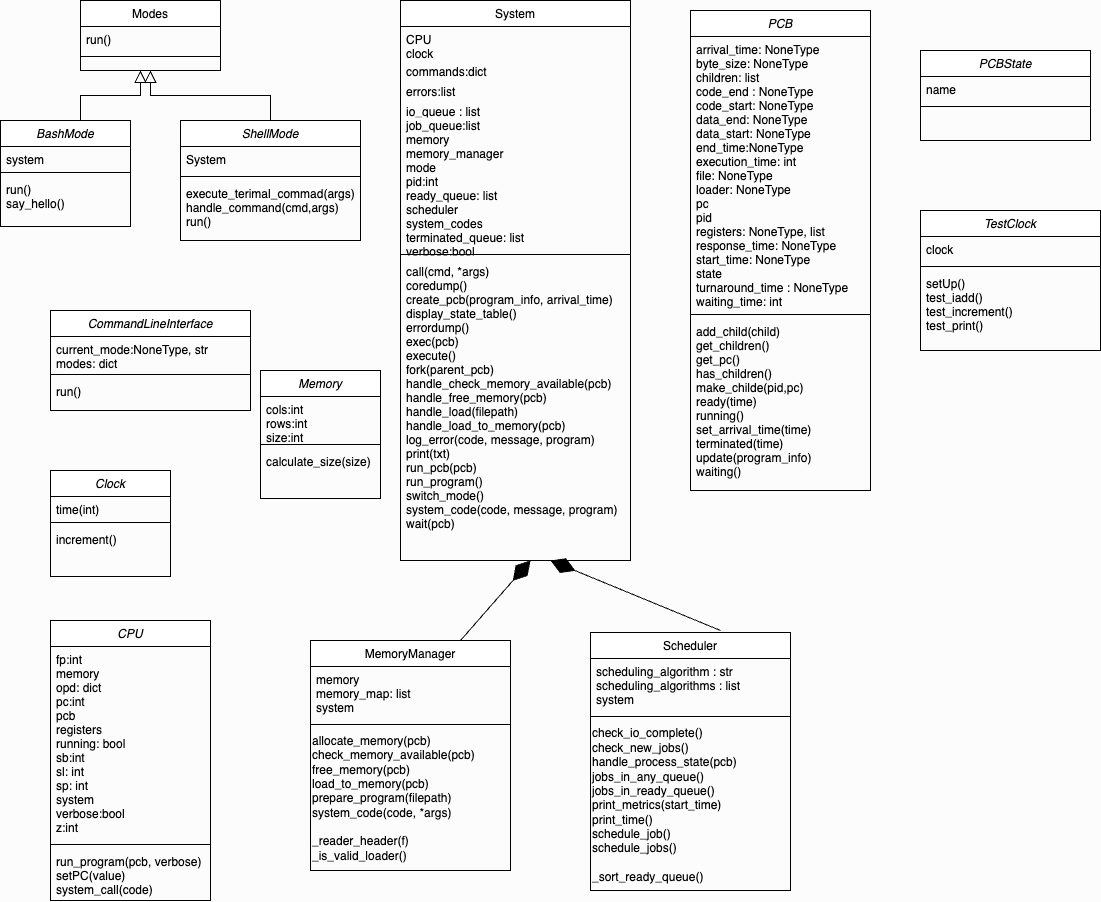
Luly7/new-repo keeps this draw.io diagram as directions/M3_class_diagram.drawio.png. Above is the earlier version. Source tidied: cells renumbered, new cells last; positions are measured from the earlier drawing's top-left corner, leaving out a move shared by most shapes.
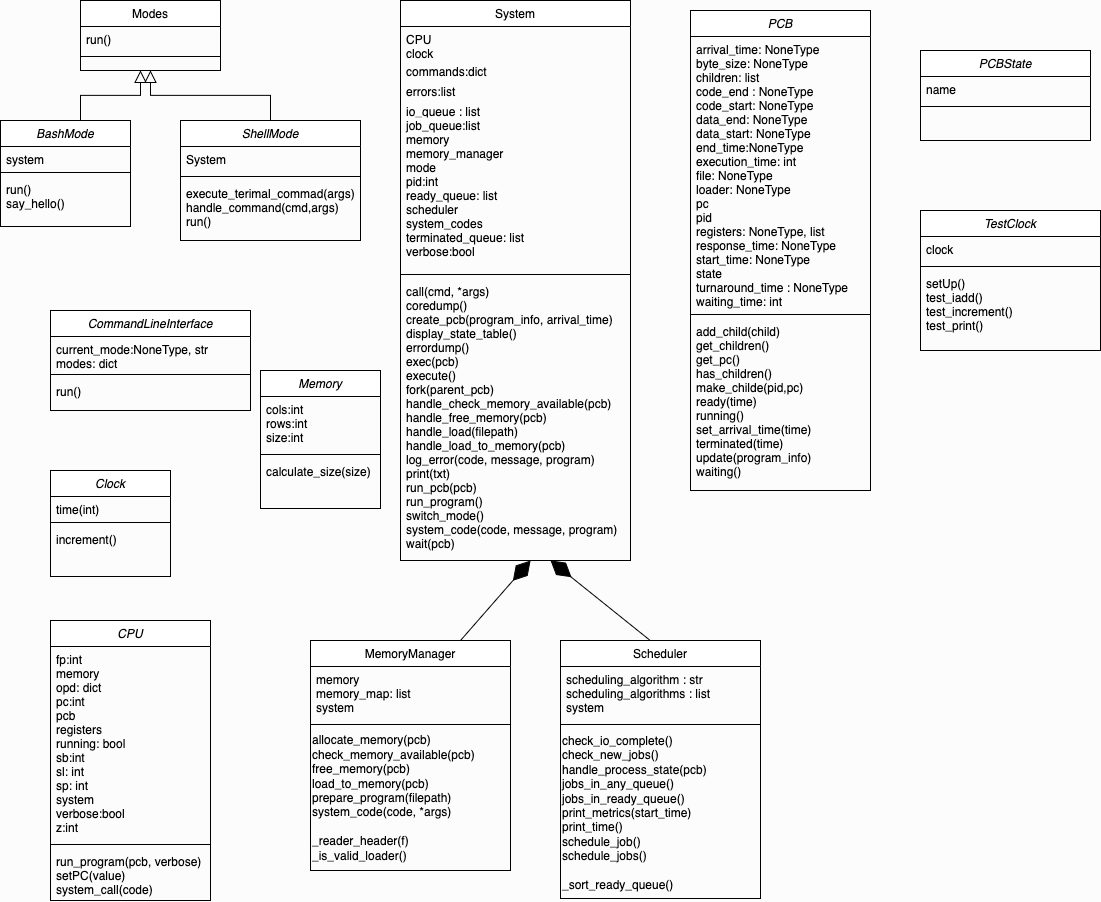
After the commit.

What changed in the source:
```diff
@@ -57,13 +57,13 @@
       <mxGeometry y="98" width="230" height="14" as="geometry" />
     </mxCell>
     <mxCell id="20" value="job_queue:list&#10;memory&#10;memory_manager&#10;mode&#10;pid:int&#10;ready_queue: list&#10;scheduler&#10;system_codes&#10;terminated_queue: list&#10;verbose:bool" style="text;align=left;verticalAlign=top;spacingLeft=4;spacingRight=4;overflow=hidden;" parent="14" vertex="1">
-      <mxGeometry y="112" width="230" height="138" as="geometry" />
+      <mxGeometry y="112" width="230" height="158" as="geometry" />
     </mxCell>
     <mxCell id="21" style="line;html=1;strokeWidth=1;align=left;verticalAlign=middle;spacingTop=-1;spacingLeft=3;spacingRight=3;labelPosition=right;" parent="14" vertex="1">
-      <mxGeometry y="250" width="230" height="8" as="geometry" />
+      <mxGeometry y="270" width="230" height="8" as="geometry" />
     </mxCell>
     <mxCell id="22" value="call(cmd, *args)&#10;coredump()&#10;create_pcb(program_info, arrival_time)&#10;display_state_table()&#10;errordump()&#10;exec(pcb)&#10;execute()&#10;fork(parent_pcb)&#10;handle_check_memory_available(pcb)&#10;handle_free_memory(pcb)&#10;handle_load(filepath)&#10;handle_load_to_memory(pcb)&#10;log_error(code, message, program)&#10;print(txt)&#10;run_pcb(pcb)&#10;run_program()&#10;switch_mode()&#10;system_code(code, message, program)&#10;wait(pcb)&#10;" style="text;align=left;verticalAlign=top;spacingLeft=4;spacingRight=4;overflow=hidden;" parent="14" vertex="1">
-      <mxGeometry y="258" width="230" height="274" as="geometry" />
+      <mxGeometry y="278" width="230" height="274" as="geometry" />
     </mxCell>
     <mxCell id="23" value="BashMode" style="swimlane;fontStyle=2;align=center;verticalAlign=top;horizontal=1;startSize=26;rounded=0;shadow=0;strokeWidth=1;" parent="1" vertex="1">
       <mxGeometry y="120" width="130" height="106" as="geometry" />
@@ -84,7 +84,7 @@
       </mxGeometry>
     </mxCell>
     <mxCell id="28" value="Scheduler" style="swimlane;fontStyle=0;align=center;verticalAlign=top;horizontal=1;startSize=26;rounded=0;shadow=0;strokeWidth=1;" parent="1" vertex="1">
-      <mxGeometry x="590" y="632" width="200" height="258" as="geometry" />
+      <mxGeometry x="560" y="640" width="200" height="258" as="geometry" />
     </mxCell>
     <mxCell id="29" value="scheduling_algorithm : str&#10;scheduling_algorithms : list&#10;system" style="text;align=left;verticalAlign=top;spacingLeft=4;spacingRight=4;overflow=hidden;" parent="28" vertex="1">
       <mxGeometry y="26" width="200" height="54" as="geometry" />
@@ -95,9 +95,8 @@
     <mxCell id="31" value="check_io_complete()&lt;div&gt;check_new_jobs()&lt;/div&gt;&lt;div&gt;handle_process_state(pcb)&lt;/div&gt;&lt;div&gt;jobs_in_any_queue()&lt;/div&gt;&lt;div&gt;jobs_in_ready_queue()&lt;/div&gt;&lt;div&gt;print_metrics(start_time)&lt;/div&gt;&lt;div&gt;print_time()&lt;/div&gt;&lt;div&gt;schedule_job()&lt;/div&gt;&lt;div&gt;schedule_jobs()&lt;/div&gt;&lt;div&gt;&lt;br&gt;&lt;/div&gt;&lt;div&gt;_sort_ready_queue()&lt;/div&gt;" style="text;html=1;align=left;verticalAlign=middle;strokeColor=none;fillColor=none;" parent="28" vertex="1">
       <mxGeometry y="88" width="200" height="170" as="geometry" />
     </mxCell>
-    <mxCell id="32" style="endArrow=diamondThin;endFill=1;endSize=24;html=1;rounded=0;" parent="1" edge="1">
+    <mxCell id="32" style="endArrow=diamondThin;endFill=1;endSize=24;html=1;rounded=0;exitX=0.447;exitY=-0.001;exitDx=0;exitDy=0;exitPerimeter=0;" parent="1" edge="1" source="28">
       <mxGeometry relative="1" as="geometry">
-        <mxPoint x="720" y="630" as="sourcePoint" />
         <mxPoint x="550" y="560" as="targetPoint" />
       </mxGeometry>
     </mxCell>
@@ -141,16 +140,16 @@
       <mxGeometry y="52" width="170" height="8" as="geometry" />
     </mxCell>
     <mxCell id="45" value="Memory" style="swimlane;fontStyle=2;align=center;verticalAlign=top;horizontal=1;startSize=26;rounded=0;shadow=0;strokeWidth=1;" parent="1" vertex="1">
-      <mxGeometry x="260" y="370" width="120" height="128" as="geometry" />
+      <mxGeometry x="260" y="370" width="120" height="138" as="geometry" />
     </mxCell>
     <mxCell id="46" value="cols:int&#10;rows:int&#10;size:int" style="text;align=left;verticalAlign=top;spacingLeft=4;spacingRight=4;overflow=hidden;" parent="45" vertex="1">
-      <mxGeometry y="26" width="120" height="44" as="geometry" />
+      <mxGeometry y="26" width="120" height="54" as="geometry" />
     </mxCell>
     <mxCell id="47" style="line;html=1;strokeWidth=1;align=left;verticalAlign=middle;spacingTop=-1;spacingLeft=3;spacingRight=3;labelPosition=right;" parent="45" vertex="1">
-      <mxGeometry y="70" width="120" height="8" as="geometry" />
+      <mxGeometry y="80" width="120" height="8" as="geometry" />
     </mxCell>
     <mxCell id="48" value="calculate_size(size)" style="text;align=left;verticalAlign=top;spacingLeft=4;spacingRight=4;overflow=hidden;" parent="45" vertex="1">
-      <mxGeometry y="78" width="120" height="50" as="geometry" />
+      <mxGeometry y="88" width="120" height="50" as="geometry" />
     </mxCell>
     <mxCell id="49" value="CommandLineInterface" style="swimlane;fontStyle=2;align=center;verticalAlign=top;horizontal=1;startSize=26;rounded=0;shadow=0;strokeWidth=1;" parent="1" vertex="1">
       <mxGeometry x="50" y="310" width="200" height="100" as="geometry" />
```
